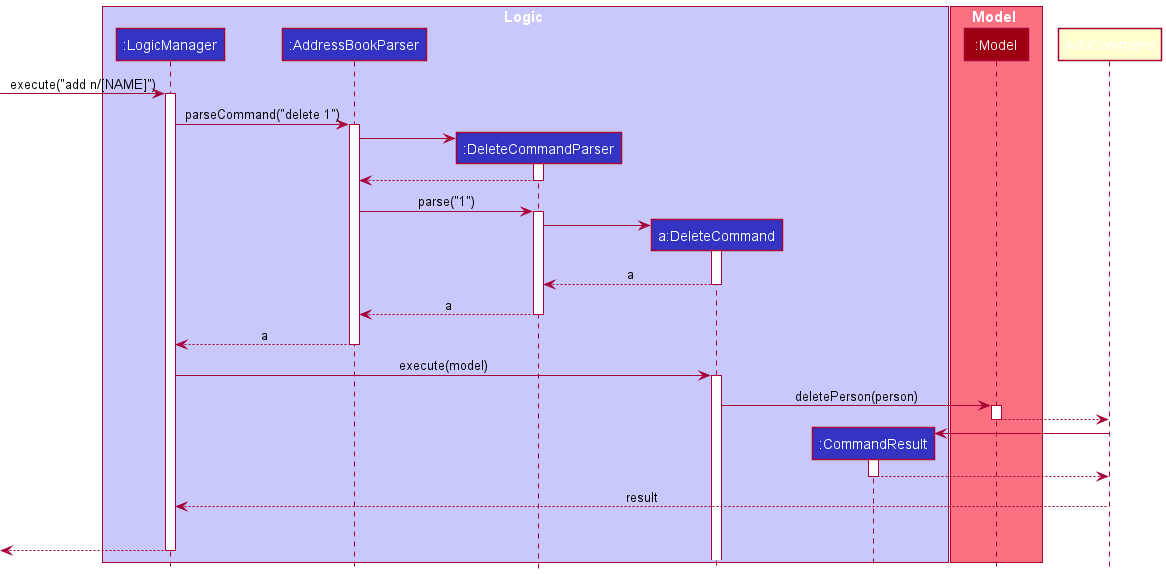
Before: docs/images/DeleteCommandDiagram.png, a diagram exported from PlantUML (nus-cs2103-AY2122S1/tp). Source of this version:
```plantuml
@startuml
!include style.puml

box Logic LOGIC_COLOR_T1
participant ":LogicManager" as LogicManager LOGIC_COLOR
participant ":AddressBookParser" as AddressBookParser LOGIC_COLOR
participant ":DeleteCommandParser" as DeleteCommandParser LOGIC_COLOR
participant "a:DeleteCommand" as DeleteCommand LOGIC_COLOR
participant ":CommandResult" as CommandResult LOGIC_COLOR
end box

box Model MODEL_COLOR_T1
participant ":Model" as Model MODEL_COLOR
end box
[-> LogicManager : execute("add n/[NAME]")
activate LogicManager

LogicManager -> AddressBookParser : parseCommand("delete 1")
activate AddressBookParser

create DeleteCommandParser
AddressBookParser -> DeleteCommandParser
activate DeleteCommandParser

DeleteCommandParser --> AddressBookParser
deactivate DeleteCommandParser


AddressBookParser -> DeleteCommandParser : parse("1")
activate DeleteCommandParser

create DeleteCommand
DeleteCommandParser -> DeleteCommand
activate DeleteCommand

DeleteCommand --> DeleteCommandParser :a
deactivate DeleteCommand

DeleteCommandParser --> AddressBookParser :a
deactivate DeleteCommandParser

AddressBookParser --> LogicManager :a
deactivate AddressBookParser

LogicManager -> DeleteCommand : execute(model)
activate DeleteCommand

DeleteCommand -> Model : deletePerson(person)
activate Model


Model --> AddCommand
deactivate Model

create CommandResult
AddCommand -> CommandResult
activate CommandResult

CommandResult --> AddCommand
deactivate CommandResult


AddCommand --> LogicManager : result
deactivate AddCommand
AddCommand -[hidden]-> LogicManager : result

[<--LogicManager
deactivate LogicManager
@enduml
```
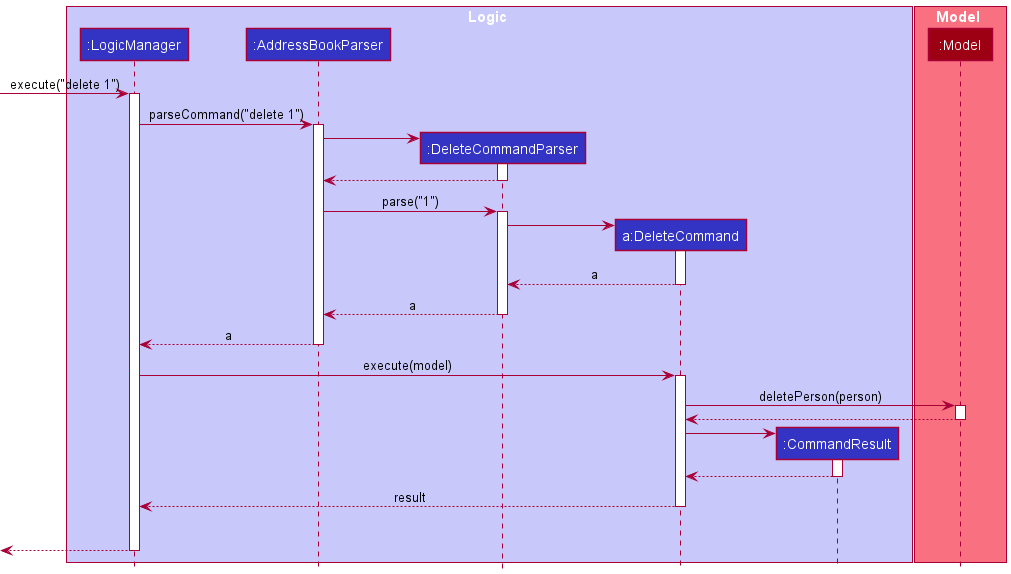
Above is the later version.

What changed in the source:
```diff
@@ -12,7 +12,7 @@
 box Model MODEL_COLOR_T1
 participant ":Model" as Model MODEL_COLOR
 end box
-[-> LogicManager : execute("add n/[NAME]")
+[-> LogicManager : execute("delete 1")
 activate LogicManager
 
 LogicManager -> AddressBookParser : parseCommand("delete 1")
@@ -49,20 +49,20 @@
 activate Model
 
 
-Model --> AddCommand
+Model --> DeleteCommand
 deactivate Model
 
 create CommandResult
-AddCommand -> CommandResult
+DeleteCommand -> CommandResult
 activate CommandResult
 
-CommandResult --> AddCommand
+CommandResult --> DeleteCommand
 deactivate CommandResult
 
 
-AddCommand --> LogicManager : result
-deactivate AddCommand
-AddCommand -[hidden]-> LogicManager : result
+DeleteCommand --> LogicManager : result
+deactivate DeleteCommand
+DeleteCommand -[hidden]-> LogicManager : result
 
 [<--LogicManager
 deactivate LogicManager
```
